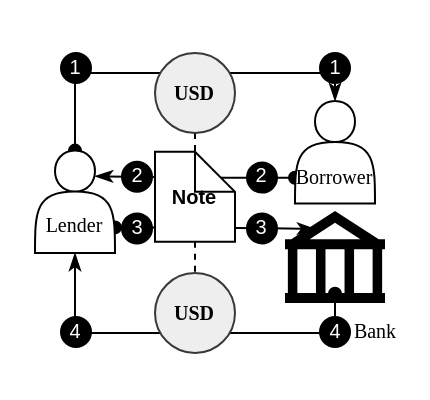
lyc0603/tvl-measurement keeps this draw.io diagram as diagrams/discounting.drawio. Above is the earlier version. Source tidied: cells renumbered, new cells numbered last; positions are measured from the earlier drawing's top-left corner, leaving out a move shared by most shapes. Both pictures are drawn from the tidied source at 200%, with x=0, y=0 at pixel (34, 52).
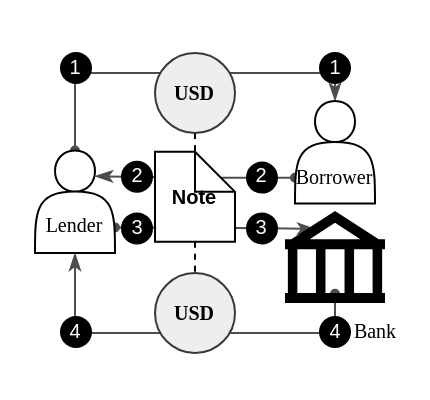
The same diagram, later.

Unchanged cells that the change refers to:
```xml
<mxCell id="4" value="&lt;br&gt;&lt;br&gt;Lender" style="shape=actor;whiteSpace=wrap;html=1;fontSize=10;fontFamily=Times New Roman;verticalAlign=middle;" parent="1" vertex="1">
  <mxGeometry y="48.8" width="40" height="51.2" as="geometry" />
</mxCell>
<mxCell id="11" value="&lt;br&gt;&lt;br&gt;Borrower" style="shape=actor;whiteSpace=wrap;html=1;fontSize=10;fontFamily=Times New Roman;verticalAlign=middle;" parent="1" vertex="1">
  <mxGeometry x="130" y="24" width="40" height="51.2" as="geometry" />
</mxCell>
<mxCell id="13" value="&lt;font face=&quot;Times New Roman&quot; style=&quot;font-size: 10px;&quot;&gt;&amp;nbsp; &amp;nbsp; &amp;nbsp; &amp;nbsp; &amp;nbsp; &amp;nbsp;&lt;span style=&quot;white-space: pre;&quot;&gt;&#9;&lt;/span&gt;Bank&lt;/font&gt;" style="shape=mxgraph.signs.travel.bank;html=1;fillColor=#000000;strokeColor=none;verticalLabelPosition=bottom;verticalAlign=top;align=center;" parent="1" vertex="1">
  <mxGeometry x="125" y="79" width="50" height="46" as="geometry" />
</mxCell>
```

What changed in the source:
```diff
@@
-    <mxCell id="2" style="edgeStyle=orthogonalEdgeStyle;rounded=1;jettySize=auto;html=1;exitX=0.5;exitY=0;exitDx=0;exitDy=0;entryX=0.5;entryY=0;entryDx=0;entryDy=0;endArrow=classicThin;endFill=1;arcSize=5;fillColor=#1ba1e2;strokeColor=#000000;startArrow=oval;startFill=1;" parent="1" edge="1" source="4" target="11">
+    <mxCell id="2" style="edgeStyle=orthogonalEdgeStyle;rounded=1;jettySize=auto;html=1;exitX=0.5;exitY=0;exitDx=0;exitDy=0;entryX=0.5;entryY=0;entryDx=0;entryDy=0;endArrow=classicThin;endFill=1;arcSize=5;fillColor=#1ba1e2;strokeColor=#4D4D4D;startArrow=oval;startFill=1;startSize=4;" parent="1" edge="1" source="4" target="11">
       <mxGeometry relative="1" as="geometry">
         <Array as="points">
           <mxPoint x="20" y="10" />
           <mxPoint x="150" y="10" />
         </Array>
       </mxGeometry>
     </mxCell>
-    <mxCell id="3" style="edgeStyle=orthogonalEdgeStyle;rounded=1;jettySize=auto;html=1;exitX=1;exitY=0.75;exitDx=0;exitDy=0;entryX=0.301;entryY=0.195;entryDx=0;entryDy=0;entryPerimeter=0;strokeColor=#000000;endArrow=classicThin;endFill=1;arcSize=5;fillColor=#d80073;startArrow=oval;startFill=1;" parent="1" edge="1" source="4" target="13">
+    <mxCell id="3" style="edgeStyle=orthogonalEdgeStyle;rounded=1;jettySize=auto;html=1;exitX=1;exitY=0.75;exitDx=0;exitDy=0;entryX=0.301;entryY=0.195;entryDx=0;entryDy=0;entryPerimeter=0;strokeColor=#4D4D4D;endArrow=classicThin;endFill=1;arcSize=5;fillColor=#d80073;startArrow=oval;startFill=1;startSize=4;" parent="1" edge="1" source="4" target="13">
       <mxGeometry relative="1" as="geometry" />
     </mxCell>
@@
-    <mxCell id="5" style="edgeStyle=orthogonalEdgeStyle;rounded=1;jettySize=auto;html=1;exitX=0.5;exitY=1;exitDx=0;exitDy=0;exitPerimeter=0;entryX=0.5;entryY=1;entryDx=0;entryDy=0;strokeColor=#000000;endArrow=classicThin;endFill=1;arcSize=5;fillColor=#008a00;startArrow=oval;startFill=1;" parent="1" edge="1" target="4">
+    <mxCell id="5" style="edgeStyle=orthogonalEdgeStyle;rounded=1;jettySize=auto;html=1;exitX=0.5;exitY=1;exitDx=0;exitDy=0;exitPerimeter=0;entryX=0.5;entryY=1;entryDx=0;entryDy=0;strokeColor=#4D4D4D;endArrow=classicThin;endFill=1;arcSize=5;fillColor=#008a00;startArrow=oval;startFill=1;startSize=4;" parent="1" edge="1" target="4">
       <mxGeometry relative="1" as="geometry">
         <mxPoint x="150" y="120.4" as="sourcePoint" />
         <Array as="points">
           <mxPoint x="150" y="140" />
           <mxPoint x="20" y="140" />
         </Array>
       </mxGeometry>
     </mxCell>
-    <mxCell id="6" style="edgeStyle=orthogonalEdgeStyle;rounded=1;jettySize=auto;html=1;exitX=0;exitY=0.75;exitDx=0;exitDy=0;entryX=0.75;entryY=0.25;entryDx=0;entryDy=0;entryPerimeter=0;strokeColor=#000000;endArrow=classicThin;endFill=1;arcSize=5;fillColor=#008a00;startArrow=oval;startFill=1;" parent="1" edge="1" source="11" target="4">
+    <mxCell id="6" style="edgeStyle=orthogonalEdgeStyle;rounded=1;jettySize=auto;html=1;exitX=0;exitY=0.75;exitDx=0;exitDy=0;entryX=0.75;entryY=0.25;entryDx=0;entryDy=0;entryPerimeter=0;strokeColor=#4D4D4D;endArrow=classicThin;endFill=1;arcSize=5;fillColor=#008a00;startArrow=oval;startFill=1;startSize=4;" parent="1" edge="1" source="11" target="4">
       <mxGeometry relative="1" as="geometry" />
     </mxCell>
```
